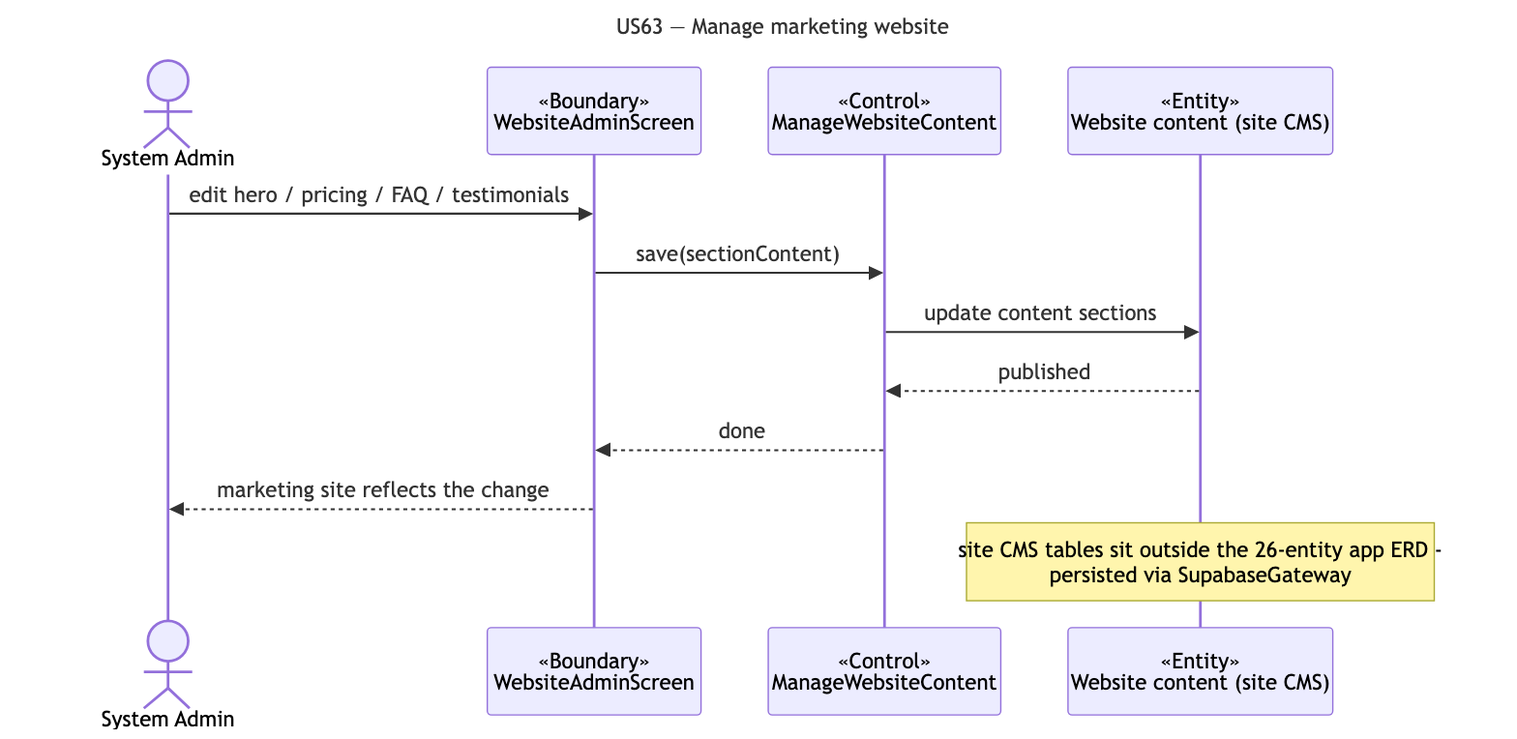
Before: docs/deliverables/sequence-diagrams/US63-manage-website.png, a diagram exported from Mermaid (cyuanjun/FYP-26-S2-37-app). Its source is kept beside it as docs/deliverables/sequence-diagrams/src/US63-manage-website.mmd.
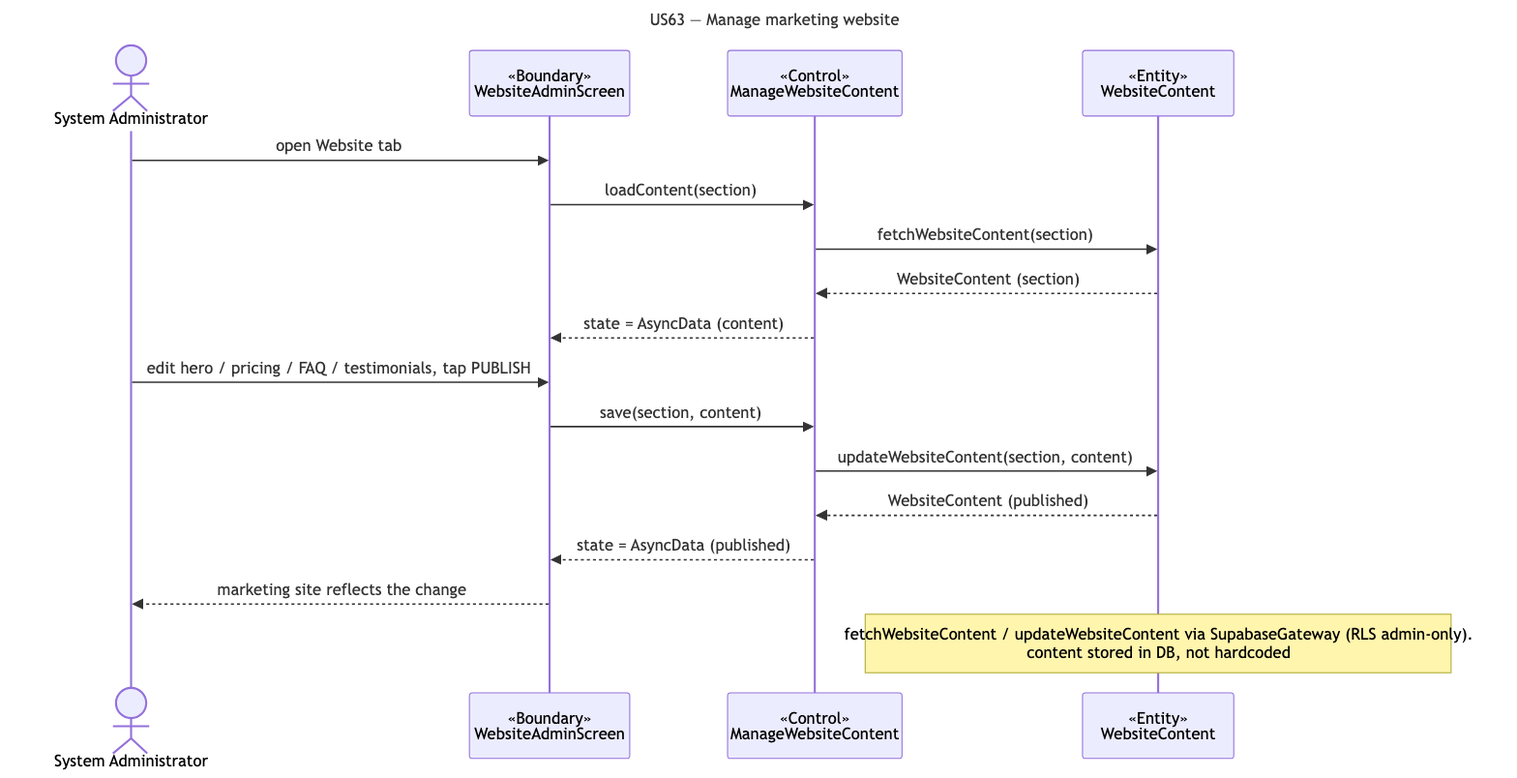
Later version of the same file.

Change to the diagram source:
```diff
@@ -2,14 +2,19 @@
 title: "US63 — Manage marketing website"
 ---
 sequenceDiagram
-  actor A as System Admin
+  actor A as System Administrator
   participant B as «Boundary»<br/>WebsiteAdminScreen
   participant C as «Control»<br/>ManageWebsiteContent
-  participant E as «Entity»<br/>Website content (site CMS)
-  A->>B: edit hero / pricing / FAQ / testimonials
-  B->>C: save(sectionContent)
-  C->>E: update content sections
-  E-->>C: published
-  C-->>B: done
+  participant E as «Entity»<br/>WebsiteContent
+  A->>B: open Website tab
+  B->>C: loadContent(section)
+  C->>E: fetchWebsiteContent(section)
+  E-->>C: WebsiteContent (section)
+  C-->>B: state = AsyncData (content)
+  A->>B: edit hero / pricing / FAQ / testimonials, tap PUBLISH
+  B->>C: save(section, content)
+  C->>E: updateWebsiteContent(section, content)
+  E-->>C: WebsiteContent (published)
+  C-->>B: state = AsyncData (published)
   B-->>A: marketing site reflects the change
-  note over E: site CMS tables sit outside the 26-entity app ERD -<br/>persisted via SupabaseGateway
+  note over E: fetchWebsiteContent / updateWebsiteContent via SupabaseGateway (RLS admin-only).<br/>content stored in DB, not hardcoded
```
